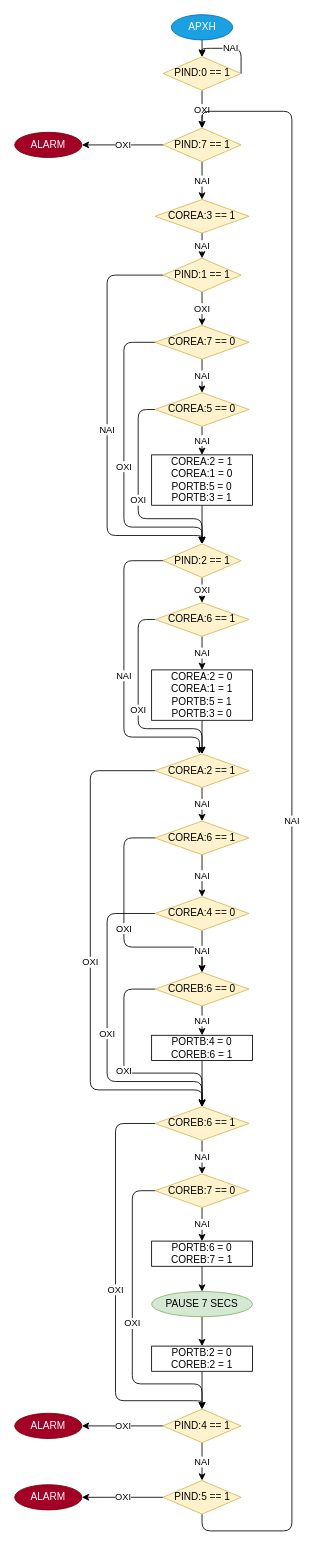
Before: draw.io/silo.drawio in akdimitri/Microprocessors-and-Peripherals-Lab-Project, a draw.io diagram. Source tidied: cells renumbered, new cells numbered last; positions are measured from the earlier drawing's top-left corner, leaving out a move shared by most shapes. Both pictures are drawn from the tidied source at 84%, with x=0, y=0 at pixel (14, 14).
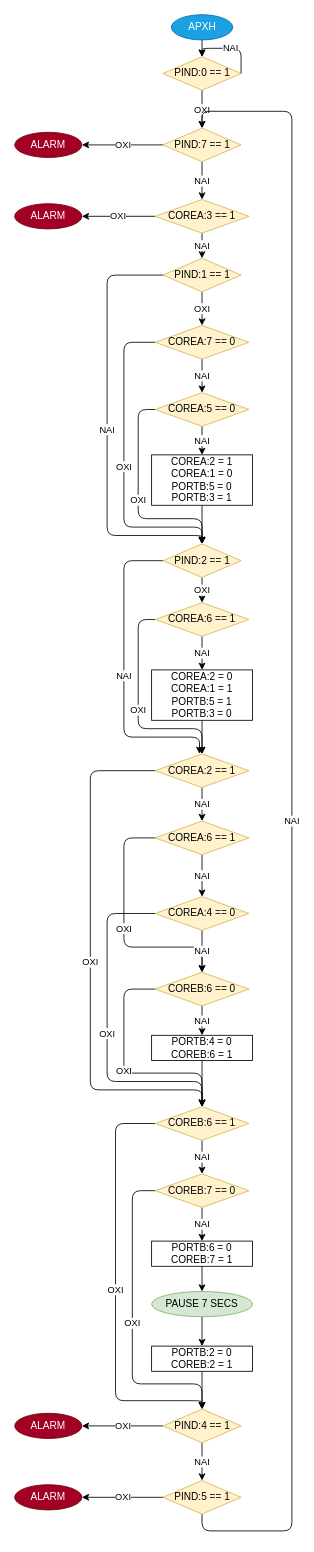
The same page after the edit.

Commit message (it also covers changes not shown here):
silo draw changed

Unchanged cells that the change refers to:
```xml
<mxCell id="10" value="COREA:3 == 1" style="rhombus;whiteSpace=wrap;html=1;fillColor=#fff2cc;strokeColor=#d6b656;" parent="1" vertex="1">
  <mxGeometry x="167" y="220" width="112" height="40" as="geometry" />
</mxCell>
```

The edit, as a diff of the source:
```diff
@@
+    <mxCell id="66" value="ΟΧΙ" style="edgeStyle=orthogonalEdgeStyle;rounded=0;jettySize=auto;html=1;exitX=0;exitY=0.5;exitDx=0;exitDy=0;" parent="1" edge="1" source="10" target="67">
+      <mxGeometry relative="1" as="geometry" />
+    </mxCell>
@@
+    <mxCell id="67" value="ALARM" style="ellipse;whiteSpace=wrap;html=1;fillColor=#a20025;strokeColor=#6F0000;fontColor=#ffffff;" parent="1" vertex="1">
+      <mxGeometry y="225" width="80" height="30" as="geometry" />
+    </mxCell>
```
